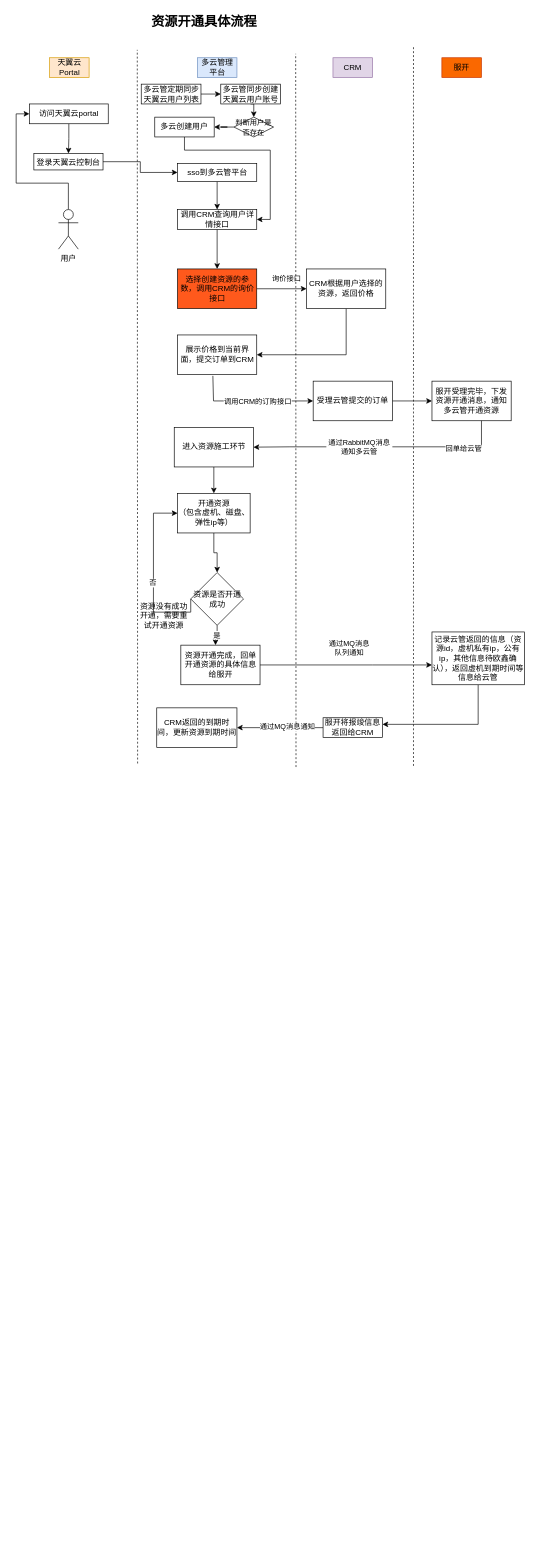
Earlier version of the draw.io diagram CTyun-bak.drawio (link-yuml/diagrams). Source tidied: cells renumbered, new cells numbered last; positions are measured from the earlier drawing's top-left corner, leaving out a move shared by most shapes. Both pictures are drawn from the tidied source at 66%, with x=0, y=0 at pixel (16, 11).
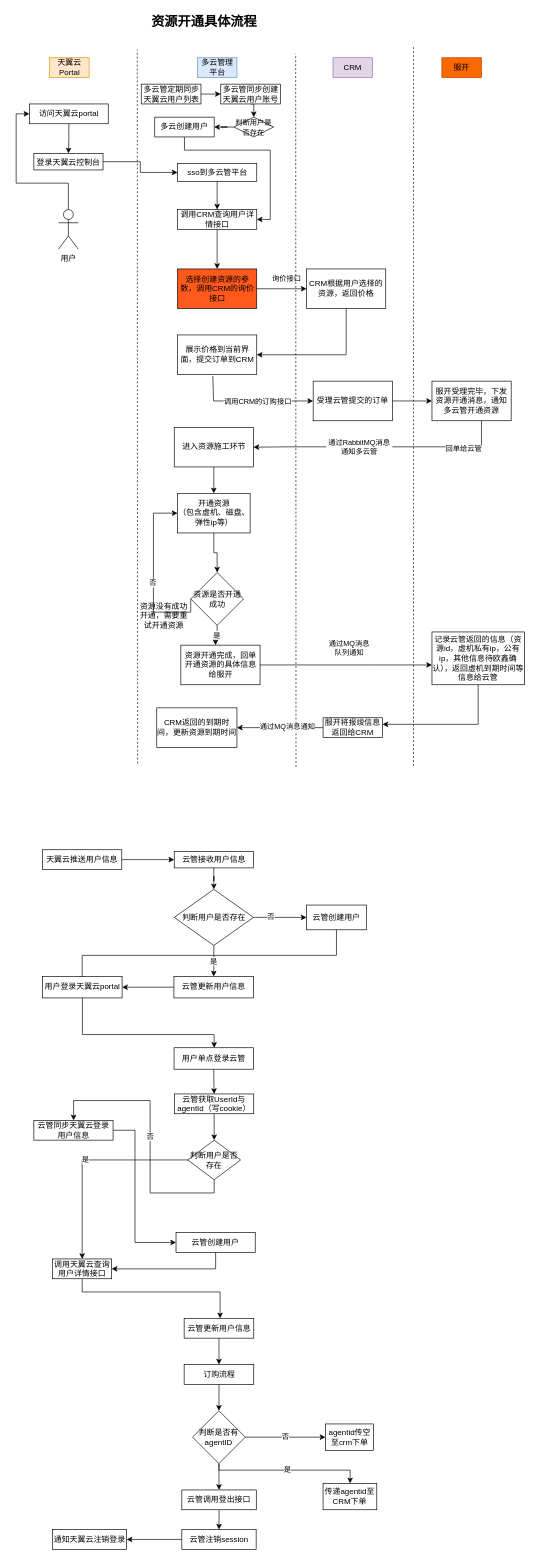
The same diagram, later.

Change to the diagram source:
```diff
@@
+    <mxCell id="62" style="edgeStyle=orthogonalEdgeStyle;rounded=0;jettySize=auto;html=1;" parent="1" edge="1" source="63" target="65">
+      <mxGeometry relative="1" as="geometry" />
+    </mxCell>
+    <mxCell id="63" value="天翼云推送用户信息" style="rounded=0;whiteSpace=wrap;html=1;" parent="1" vertex="1">
+      <mxGeometry x="40" y="1270" width="120" height="30" as="geometry" />
+    </mxCell>
+    <mxCell id="64" style="edgeStyle=orthogonalEdgeStyle;rounded=0;jettySize=auto;html=1;" parent="1" edge="1" source="65" target="69">
+      <mxGeometry relative="1" as="geometry" />
+    </mxCell>
+    <mxCell id="65" value="云管接收用户信息" style="whiteSpace=wrap;html=1;rounded=0;" parent="1" vertex="1">
+      <mxGeometry x="239.5" y="1272.5" width="120" height="25" as="geometry" />
+    </mxCell>
+    <mxCell id="66" value="是" style="edgeStyle=orthogonalEdgeStyle;rounded=0;jettySize=auto;html=1;" parent="1" edge="1" source="69" target="71">
+      <mxGeometry relative="1" as="geometry" />
+    </mxCell>
+    <mxCell id="67" style="edgeStyle=orthogonalEdgeStyle;rounded=0;jettySize=auto;html=1;" parent="1" edge="1" source="69" target="73">
+      <mxGeometry relative="1" as="geometry">
+        <Array as="points">
+          <mxPoint x="400" y="1373" />
+          <mxPoint x="400" y="1373" />
+        </Array>
+      </mxGeometry>
+    </mxCell>
+    <mxCell id="68" value="否" style="edgeLabel;html=1;align=center;verticalAlign=middle;" parent="67" vertex="1">
+      <mxGeometry x="-0.35" y="1" relative="1" as="geometry" />
+    </mxCell>
+    <mxCell id="69" value="判断用户是否存在" style="rhombus;whiteSpace=wrap;html=1;rounded=0;" parent="1" vertex="1">
+      <mxGeometry x="239.5" y="1330" width="120" height="85" as="geometry" />
+    </mxCell>
+    <mxCell id="70" style="edgeStyle=orthogonalEdgeStyle;rounded=0;jettySize=auto;html=1;" parent="1" edge="1" source="71" target="75">
+      <mxGeometry relative="1" as="geometry" />
+    </mxCell>
+    <mxCell id="71" value="云管更新用户信息" style="whiteSpace=wrap;html=1;rounded=0;" parent="1" vertex="1">
+      <mxGeometry x="239" y="1462" width="120.5" height="32.5" as="geometry" />
+    </mxCell>
+    <mxCell id="72" style="edgeStyle=orthogonalEdgeStyle;rounded=0;jettySize=auto;html=1;entryX=0.498;entryY=0.246;entryDx=0;entryDy=0;entryPerimeter=0;" parent="1" edge="1" source="73" target="75">
+      <mxGeometry relative="1" as="geometry">
+        <Array as="points">
+          <mxPoint x="485" y="1430" />
+          <mxPoint x="100" y="1430" />
+        </Array>
+      </mxGeometry>
+    </mxCell>
+    <mxCell id="73" value="云管创建用户" style="whiteSpace=wrap;html=1;rounded=0;" parent="1" vertex="1">
+      <mxGeometry x="440" y="1353.8" width="90.5" height="37.5" as="geometry" />
+    </mxCell>
+    <mxCell id="74" style="edgeStyle=orthogonalEdgeStyle;rounded=0;jettySize=auto;html=1;" parent="1" edge="1" source="75" target="77">
+      <mxGeometry relative="1" as="geometry">
+        <Array as="points">
+          <mxPoint x="100" y="1550" />
+          <mxPoint x="300" y="1550" />
+        </Array>
+      </mxGeometry>
+    </mxCell>
+    <mxCell id="75" value="用户登录天翼云portal" style="whiteSpace=wrap;html=1;rounded=0;" parent="1" vertex="1">
+      <mxGeometry x="40" y="1462" width="120.5" height="32.5" as="geometry" />
+    </mxCell>
+    <mxCell id="76" style="edgeStyle=orthogonalEdgeStyle;rounded=0;jettySize=auto;html=1;" parent="1" edge="1" source="77" target="79">
+      <mxGeometry relative="1" as="geometry" />
+    </mxCell>
+    <mxCell id="77" value="用户单点登录云管" style="whiteSpace=wrap;html=1;rounded=0;" parent="1" vertex="1">
+      <mxGeometry x="239.2" y="1570" width="120.5" height="32.5" as="geometry" />
+    </mxCell>
+    <mxCell id="78" style="edgeStyle=orthogonalEdgeStyle;rounded=0;jettySize=auto;html=1;" parent="1" edge="1" source="79" target="82">
+      <mxGeometry relative="1" as="geometry" />
+    </mxCell>
+    <mxCell id="79" value="云管获取UserId与agentId（写cookie）" style="whiteSpace=wrap;html=1;rounded=0;" parent="1" vertex="1">
+      <mxGeometry x="240" y="1640" width="120" height="30" as="geometry" />
+    </mxCell>
+    <mxCell id="80" value="是" style="edgeStyle=orthogonalEdgeStyle;rounded=0;jettySize=auto;html=1;" parent="1" edge="1" source="82" target="84">
+      <mxGeometry relative="1" as="geometry" />
+    </mxCell>
+    <mxCell id="81" value="否" style="edgeStyle=orthogonalEdgeStyle;rounded=0;jettySize=auto;html=1;" parent="1" edge="1" source="82" target="88">
+      <mxGeometry relative="1" as="geometry">
+        <Array as="points">
+          <mxPoint x="300" y="1790" />
+          <mxPoint x="203" y="1790" />
+          <mxPoint x="203" y="1650" />
+          <mxPoint x="87" y="1650" />
+        </Array>
+      </mxGeometry>
+    </mxCell>
+    <mxCell id="82" value="判断用户是否存在" style="rhombus;whiteSpace=wrap;html=1;rounded=0;" parent="1" vertex="1">
+      <mxGeometry x="260" y="1710" width="80" height="60" as="geometry" />
+    </mxCell>
+    <mxCell id="83" style="edgeStyle=orthogonalEdgeStyle;rounded=0;jettySize=auto;html=1;" parent="1" edge="1" source="84" target="86">
+      <mxGeometry relative="1" as="geometry">
+        <Array as="points">
+          <mxPoint x="100" y="1940" />
+          <mxPoint x="309" y="1940" />
+        </Array>
+      </mxGeometry>
+    </mxCell>
+    <mxCell id="84" value="调用天翼云查询用户详情接口" style="whiteSpace=wrap;html=1;rounded=0;" parent="1" vertex="1">
+      <mxGeometry x="55.2" y="1890" width="89.5" height="30" as="geometry" />
+    </mxCell>
+    <mxCell id="85" style="edgeStyle=orthogonalEdgeStyle;rounded=0;jettySize=auto;html=1;" parent="1" edge="1" source="86" target="92">
+      <mxGeometry relative="1" as="geometry" />
+    </mxCell>
+    <mxCell id="86" value="云管更新用户信息" style="whiteSpace=wrap;html=1;rounded=0;" parent="1" vertex="1">
+      <mxGeometry x="254.5" y="1980" width="105.5" height="30" as="geometry" />
+    </mxCell>
+    <mxCell id="87" style="edgeStyle=orthogonalEdgeStyle;rounded=0;jettySize=auto;html=1;" parent="1" edge="1" source="88" target="90">
+      <mxGeometry relative="1" as="geometry">
+        <Array as="points">
+          <mxPoint x="180" y="1695" />
+          <mxPoint x="180" y="1865" />
+        </Array>
+      </mxGeometry>
+    </mxCell>
+    <mxCell id="88" value="云管同步天翼云登录用户信息" style="whiteSpace=wrap;html=1;rounded=0;" parent="1" vertex="1">
+      <mxGeometry x="26.8" y="1680" width="120" height="30" as="geometry" />
+    </mxCell>
+    <mxCell id="89" style="edgeStyle=orthogonalEdgeStyle;rounded=0;jettySize=auto;html=1;entryX=1;entryY=0.5;entryDx=0;entryDy=0;" parent="1" edge="1" source="90" target="84">
+      <mxGeometry relative="1" as="geometry">
+        <Array as="points">
+          <mxPoint x="302" y="1905" />
+        </Array>
+      </mxGeometry>
+    </mxCell>
+    <mxCell id="90" value="云管创建用户" style="whiteSpace=wrap;html=1;rounded=0;" parent="1" vertex="1">
+      <mxGeometry x="242.2" y="1850" width="120" height="30" as="geometry" />
+    </mxCell>
+    <mxCell id="91" style="edgeStyle=orthogonalEdgeStyle;rounded=0;jettySize=auto;html=1;" parent="1" edge="1" source="92" target="96">
+      <mxGeometry relative="1" as="geometry" />
+    </mxCell>
+    <mxCell id="92" value="订购流程" style="whiteSpace=wrap;html=1;rounded=0;" parent="1" vertex="1">
+      <mxGeometry x="254.5" y="2050" width="105.5" height="30" as="geometry" />
+    </mxCell>
+    <mxCell id="93" value="是" style="edgeStyle=orthogonalEdgeStyle;rounded=0;jettySize=auto;html=1;" parent="1" edge="1" source="96" target="97">
+      <mxGeometry relative="1" as="geometry">
+        <Array as="points">
+          <mxPoint x="307" y="2210" />
+          <mxPoint x="506" y="2210" />
+        </Array>
+      </mxGeometry>
+    </mxCell>
+    <mxCell id="94" value="否" style="edgeStyle=orthogonalEdgeStyle;rounded=0;jettySize=auto;html=1;" parent="1" edge="1" source="96" target="98">
+      <mxGeometry relative="1" as="geometry" />
+    </mxCell>
+    <mxCell id="95" style="edgeStyle=orthogonalEdgeStyle;rounded=0;jettySize=auto;html=1;" parent="1" edge="1" source="96" target="100">
+      <mxGeometry relative="1" as="geometry" />
+    </mxCell>
+    <mxCell id="96" value="判断是否有agentID" style="rhombus;whiteSpace=wrap;html=1;rounded=0;" parent="1" vertex="1">
+      <mxGeometry x="267.2" y="2120" width="80" height="80" as="geometry" />
+    </mxCell>
+    <mxCell id="97" value="传递agentid至CRM下单" style="whiteSpace=wrap;html=1;rounded=0;" parent="1" vertex="1">
+      <mxGeometry x="465" y="2230" width="81.4" height="40" as="geometry" />
+    </mxCell>
+    <mxCell id="98" value="agentid传空至crm下单" style="whiteSpace=wrap;html=1;rounded=0;" parent="1" vertex="1">
+      <mxGeometry x="468.6" y="2140" width="72.8" height="40" as="geometry" />
+    </mxCell>
+    <mxCell id="99" style="edgeStyle=orthogonalEdgeStyle;rounded=0;jettySize=auto;html=1;" parent="1" edge="1" source="100" target="102">
+      <mxGeometry relative="1" as="geometry" />
+    </mxCell>
+    <mxCell id="100" value="云管调用登出接口" style="whiteSpace=wrap;html=1;rounded=0;" parent="1" vertex="1">
+      <mxGeometry x="251" y="2240" width="112.8" height="30" as="geometry" />
+    </mxCell>
+    <mxCell id="101" style="edgeStyle=orthogonalEdgeStyle;rounded=0;jettySize=auto;html=1;" parent="1" edge="1" source="102" target="103">
+      <mxGeometry relative="1" as="geometry" />
+    </mxCell>
+    <mxCell id="102" value="云管注销session" style="whiteSpace=wrap;html=1;rounded=0;" parent="1" vertex="1">
+      <mxGeometry x="251" y="2300" width="112.6" height="30" as="geometry" />
+    </mxCell>
+    <mxCell id="103" value="通知天翼云注销登录" style="whiteSpace=wrap;html=1;rounded=0;" parent="1" vertex="1">
+      <mxGeometry x="54.8" y="2300" width="112.6" height="30" as="geometry" />
+    </mxCell>
```
